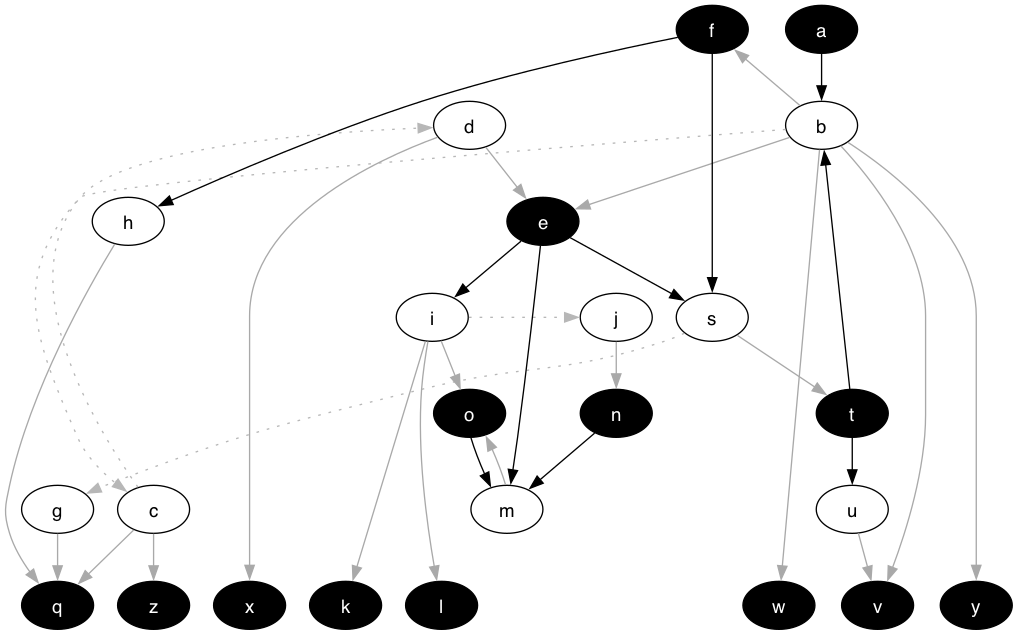
This is IDCC-2024/graphs/kernel_pw2_graph_colored.png from idaks/Games-and-Argumentation, a Graphviz export, as it was before one commit. Its source is kept beside it as IDCC-2024/graphs/kernel_pw2_graph_colored.dot.
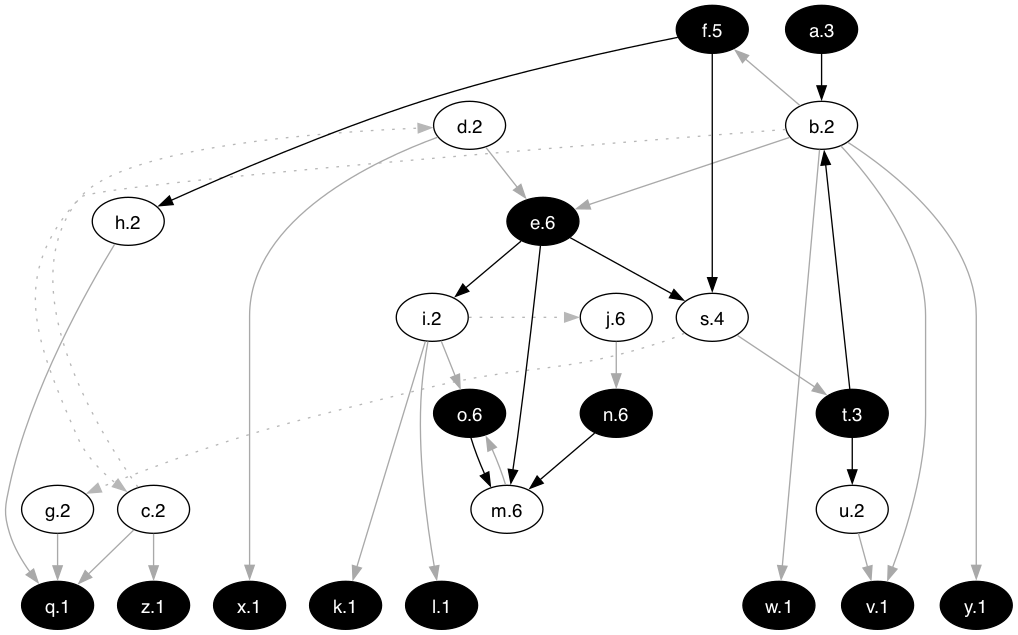
Later version of the same file.

Change to the diagram source:
```diff
@@ -1,8 +1,32 @@
 digraph G {
   rankdir="TB"
   node [shape=oval style=filled fontname=Helvetica fontsize=14]
-  node [fillcolor="#ffffff" fontcolor="#000000"] b c d s g h i j m u
-  node [fillcolor="#000000" fontcolor="#ffffff"] a t e f k l o n q v w x y z
+  node [fillcolor="#ffffff" fontcolor="#000000"]
+       b[label="b.2"]
+       c[label="c.2"]
+       d[label="d.2"]
+       s[label="s.4"]
+       g[label="g.2"]
+       h[label="h.2"]
+       i[label="i.2"]
+       j[label="j.6"]
+       m[label="m.6"]
+       u[label="u.2"]
+  node [fillcolor="#000000" fontcolor="#ffffff"]
+       a[label="a.3"]
+       t[label="t.3"]
+       e[label="e.6"]
+       f[label="f.5"]
+       k[label="k.1"]
+       l[label="l.1"]
+       o[label="o.6"]
+       n[label="n.6"]
+       q[label="q.1"]
+       v[label="v.1"]
+       w[label="w.1"]
+       x[label="x.1"]
+       y[label="y.1"]
+       z[label="z.1"]
   edge [dir=forward color="#000000" style="solid"]
         "a" -> "b"
         "t" -> "b"
```
